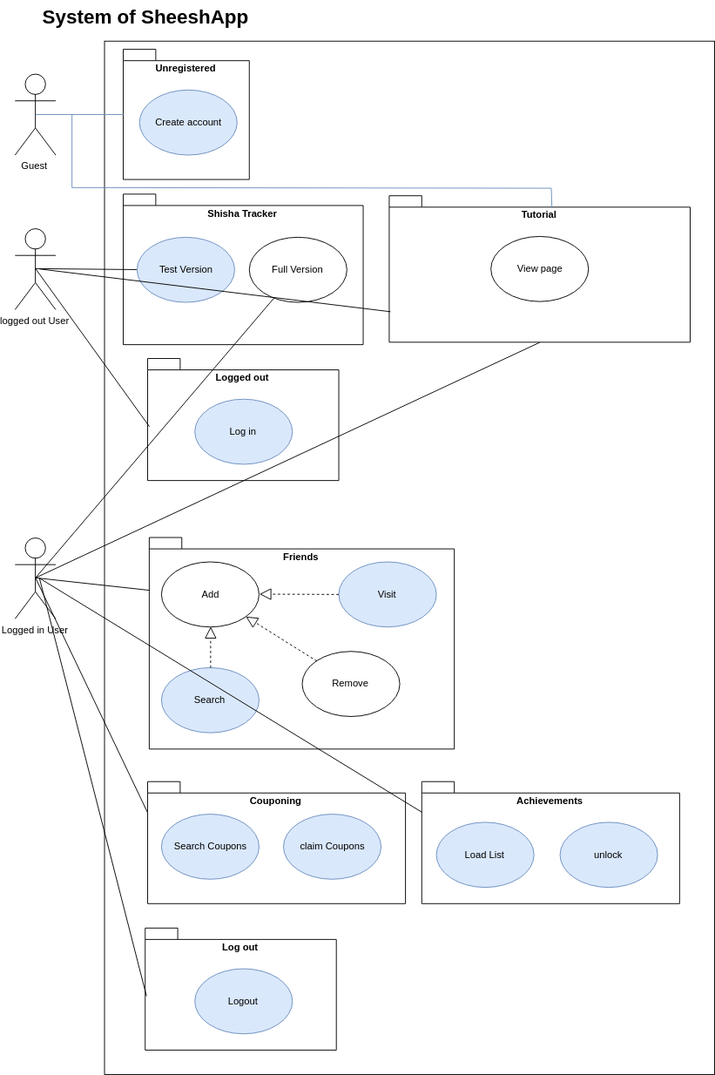
Before: documentation/SheeshAppOUCD.svg, a diagram exported from draw.io (DawidMa/sheeshApp). Source tidied: cells renumbered, new cells last; positions are measured from the earlier drawing's top-left corner, leaving out a move shared by most shapes.
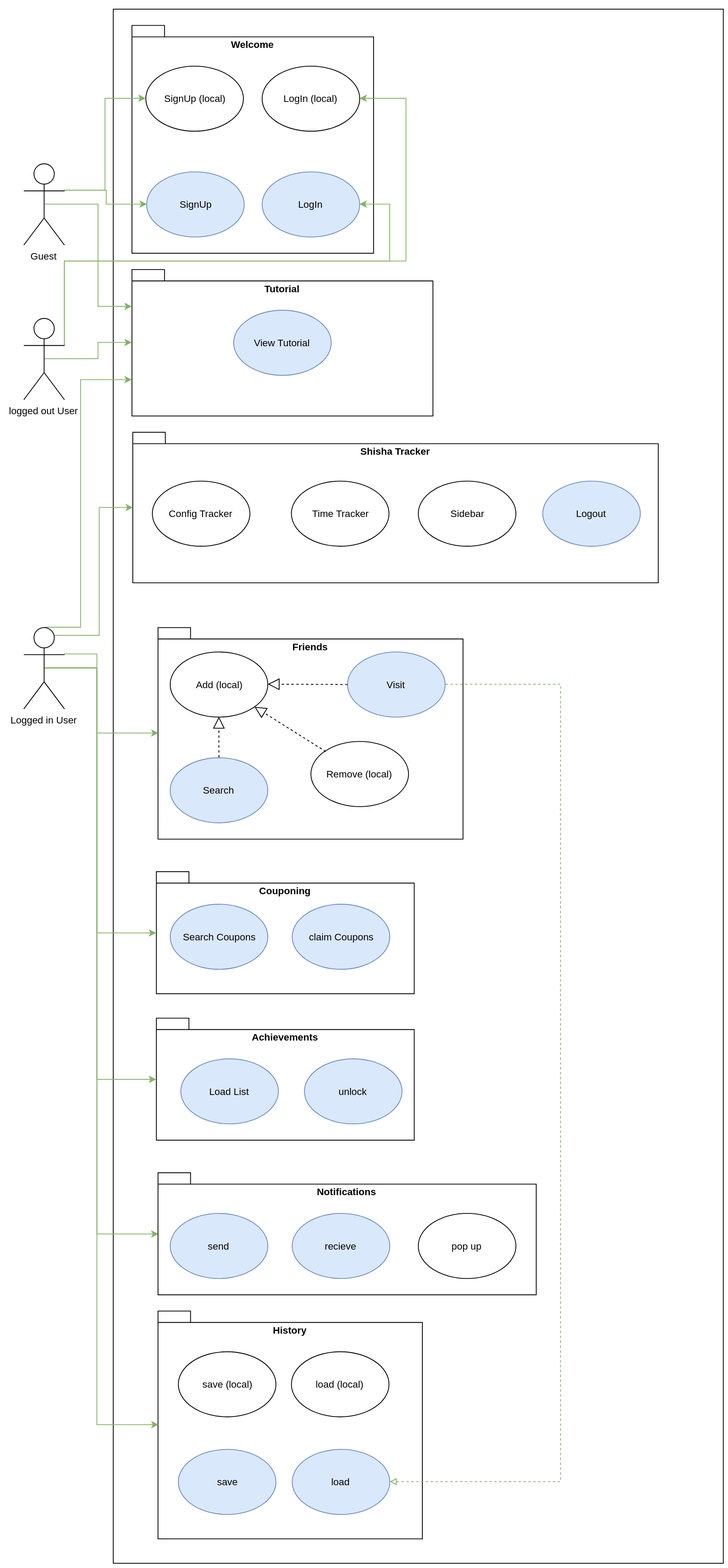
After the change.

The edit, as a diff of the source:
```diff
@@ -3,20 +3,20 @@
     <mxCell id="0" />
     <mxCell id="1" parent="0" />
     <mxCell id="2" style="html=1;" parent="1" vertex="1">
-      <mxGeometry x="110" y="50" width="750" height="1270" as="geometry" />
+      <mxGeometry x="110" y="-100" width="750" height="1910" as="geometry" />
     </mxCell>
+    <mxCell id="45" value="History" style="shape=folder;fontStyle=1;spacingTop=10;tabWidth=40;tabHeight=14;tabPosition=left;html=1;verticalAlign=top;labelPosition=center;verticalLabelPosition=middle;align=center;" parent="1" vertex="1">
+      <mxGeometry x="165" y="1500" width="325" height="280" as="geometry" />
+    </mxCell>
+    <mxCell id="44" value="Welcome" style="shape=folder;fontStyle=1;spacingTop=10;tabWidth=40;tabHeight=14;tabPosition=left;html=1;verticalAlign=top;labelPosition=center;verticalLabelPosition=middle;align=center;" parent="1" vertex="1">
+      <mxGeometry x="133" y="-80" width="297" height="280" as="geometry" />
+    </mxCell>
+    <mxCell id="46" value="SignUp (local)" style="ellipse;whiteSpace=wrap;html=1;fillColor=#ffffff;strokeColor=#000000;" parent="1" vertex="1">
+      <mxGeometry x="150" y="-30" width="120" height="80" as="geometry" />
+    </mxCell>
     <mxCell id="3" value="Shisha Tracker" style="shape=folder;fontStyle=1;spacingTop=10;tabWidth=40;tabHeight=14;tabPosition=left;html=1;verticalAlign=top;labelPosition=center;verticalLabelPosition=middle;align=center;" parent="1" vertex="1">
-      <mxGeometry x="133" y="238" width="295" height="185" as="geometry" />
+      <mxGeometry x="134" y="420" width="646" height="185" as="geometry" />
     </mxCell>
-    <mxCell id="4" value="System of SheeshApp" style="text;strokeColor=none;fillColor=none;html=1;fontSize=24;fontStyle=1;verticalAlign=middle;align=center;" parent="1" vertex="1">
-      <mxGeometry x="110" width="100" height="40" as="geometry" />
-    </mxCell>
-    <mxCell id="5" value="Unregistered" style="shape=folder;fontStyle=1;spacingTop=10;tabWidth=40;tabHeight=14;tabPosition=left;html=1;verticalAlign=top;labelPosition=center;verticalLabelPosition=middle;align=center;" parent="1" vertex="1">
-      <mxGeometry x="133" y="60" width="155" height="160" as="geometry" />
-    </mxCell>
-    <mxCell id="6" value="Logged out" style="shape=folder;fontStyle=1;spacingTop=10;tabWidth=40;tabHeight=14;tabPosition=left;html=1;verticalAlign=top;labelPosition=center;verticalLabelPosition=middle;align=center;" parent="1" vertex="1">
-      <mxGeometry x="163" y="440" width="235" height="150" as="geometry" />
-    </mxCell>
     <mxCell id="7" value="Friends" style="shape=folder;fontStyle=1;spacingTop=10;tabWidth=40;tabHeight=14;tabPosition=left;html=1;verticalAlign=top;labelPosition=center;verticalLabelPosition=middle;align=center;" parent="1" vertex="1">
       <mxGeometry x="165" y="660" width="375" height="260" as="geometry" />
     </mxCell>
@@ -24,55 +24,128 @@
       <mxGeometry x="163" y="960" width="317" height="150" as="geometry" />
     </mxCell>
     <mxCell id="9" value="Tutorial" style="shape=folder;fontStyle=1;spacingTop=10;tabWidth=40;tabHeight=14;tabPosition=left;html=1;verticalAlign=top;labelPosition=center;verticalLabelPosition=middle;align=center;" parent="1" vertex="1">
-      <mxGeometry x="460" y="240" width="370" height="180" as="geometry" />
+      <mxGeometry x="133" y="220" width="370" height="180" as="geometry" />
     </mxCell>
-    <mxCell id="10" value="Create account" style="ellipse;whiteSpace=wrap;html=1;fillColor=#dae8fc;strokeColor=#6c8ebf;" parent="1" vertex="1">
-      <mxGeometry x="153" y="110" width="120" height="80" as="geometry" />
-    </mxCell>
+    <mxCell id="47" style="edgeStyle=orthogonalEdgeStyle;rounded=0;html=1;exitX=1;exitY=0.3333333333333333;exitPerimeter=0;entryX=0;entryY=0.5;jettySize=auto;fillColor=#d5e8d4;strokeColor=#82b366;" parent="1" edge="1" source="11" target="46">
+      <mxGeometry relative="1" as="geometry">
+        <Array as="points">
+          <mxPoint x="100" y="123" />
+          <mxPoint x="100" y="10" />
+        </Array>
+      </mxGeometry>
+    </mxCell>
+    <mxCell id="48" style="edgeStyle=orthogonalEdgeStyle;rounded=0;html=1;exitX=1;exitY=0.3333333333333333;exitPerimeter=0;entryX=0;entryY=0.5;jettySize=auto;fillColor=#d5e8d4;strokeColor=#82b366;" parent="1" edge="1" source="11" target="58">
+      <mxGeometry relative="1" as="geometry">
+        <Array as="points">
+          <mxPoint x="101" y="123" />
+          <mxPoint x="101" y="140" />
+        </Array>
+      </mxGeometry>
+    </mxCell>
+    <mxCell id="49" style="edgeStyle=orthogonalEdgeStyle;rounded=0;html=1;exitX=0.5;exitY=0.5;exitPerimeter=0;entryX=0;entryY=0.25;jettySize=auto;fillColor=#d5e8d4;strokeColor=#82b366;" parent="1" edge="1" source="11" target="9">
+      <mxGeometry relative="1" as="geometry" />
+    </mxCell>
     <mxCell id="11" value="Guest" style="shape=umlActor;verticalLabelPosition=bottom;labelBackgroundColor=#ffffff;verticalAlign=top;html=1;fillColor=#ffffff;strokeColor=#000000;" parent="1" vertex="1">
       <mxGeometry y="90" width="50" height="100" as="geometry" />
     </mxCell>
-    <mxCell id="12" value="Full Version" style="ellipse;whiteSpace=wrap;html=1;fillColor=#ffffff;strokeColor=#000000;" parent="1" vertex="1">
-      <mxGeometry x="288" y="291" width="120" height="80" as="geometry" />
+    <mxCell id="12" value="Config Tracker" style="ellipse;whiteSpace=wrap;html=1;fillColor=#ffffff;strokeColor=#000000;" parent="1" vertex="1">
+      <mxGeometry x="158" y="480" width="120" height="80" as="geometry" />
     </mxCell>
+    <mxCell id="50" style="edgeStyle=orthogonalEdgeStyle;rounded=0;html=1;exitX=1;exitY=0.3333333333333333;exitPerimeter=0;entryX=1;entryY=0.5;jettySize=auto;fillColor=#d5e8d4;strokeColor=#82b366;" parent="1" edge="1" source="13" target="60">
+      <mxGeometry relative="1" as="geometry">
+        <Array as="points">
+          <mxPoint x="50" y="210" />
+          <mxPoint x="470" y="210" />
+          <mxPoint x="470" y="10" />
+        </Array>
+      </mxGeometry>
+    </mxCell>
+    <mxCell id="51" style="edgeStyle=orthogonalEdgeStyle;rounded=0;html=1;exitX=1;exitY=0.3333333333333333;exitPerimeter=0;entryX=1;entryY=0.5;jettySize=auto;fillColor=#d5e8d4;strokeColor=#82b366;" parent="1" edge="1" source="13" target="59">
+      <mxGeometry relative="1" as="geometry">
+        <Array as="points">
+          <mxPoint x="50" y="210" />
+          <mxPoint x="450" y="210" />
+          <mxPoint x="450" y="140" />
+        </Array>
+      </mxGeometry>
+    </mxCell>
+    <mxCell id="52" style="edgeStyle=orthogonalEdgeStyle;rounded=0;html=1;exitX=0.5;exitY=0.5;exitPerimeter=0;entryX=0;entryY=0.5;jettySize=auto;fillColor=#d5e8d4;strokeColor=#82b366;" parent="1" edge="1" source="13" target="9">
+      <mxGeometry relative="1" as="geometry" />
+    </mxCell>
     <mxCell id="13" value="logged out User" style="shape=umlActor;verticalLabelPosition=bottom;labelBackgroundColor=#ffffff;verticalAlign=top;html=1;fillColor=#ffffff;strokeColor=#000000;" parent="1" vertex="1">
       <mxGeometry y="280" width="50" height="100" as="geometry" />
     </mxCell>
-    <mxCell id="14" style="endArrow=none;html=1;exitX=0.5;exitY=0.5;exitPerimeter=0;entryX=0.011;entryY=0.559;entryPerimeter=0;" parent="1" edge="1" source="13" target="6">
-      <mxGeometry relative="1" as="geometry" />
-    </mxCell>
-    <mxCell id="15" style="endArrow=none;html=1;exitX=0.5;exitY=0.5;exitPerimeter=0;entryX=0;entryY=0.5;" parent="1" edge="1" source="13" target="19">
-      <mxGeometry relative="1" as="geometry" />
-    </mxCell>
-    <mxCell id="16" value="Log in" style="ellipse;whiteSpace=wrap;html=1;fillColor=#dae8fc;strokeColor=#6c8ebf;" parent="1" vertex="1">
-      <mxGeometry x="221" y="490" width="120" height="80" as="geometry" />
-    </mxCell>
+    <mxCell id="53" style="edgeStyle=orthogonalEdgeStyle;rounded=0;html=1;exitX=0.75;exitY=0.1;exitPerimeter=0;entryX=0;entryY=0.5;jettySize=auto;fillColor=#d5e8d4;strokeColor=#82b366;" parent="1" edge="1" source="17" target="3">
+      <mxGeometry relative="1" as="geometry" />
+    </mxCell>
+    <mxCell id="30" style="edgeStyle=orthogonalEdgeStyle;rounded=0;html=1;exitX=1;exitY=0.3333333333333333;exitPerimeter=0;entryX=0;entryY=0.5;jettySize=auto;fillColor=#d5e8d4;strokeColor=#82b366;" parent="1" edge="1" source="17" target="7">
+      <mxGeometry relative="1" as="geometry">
+        <Array as="points">
+          <mxPoint x="90" y="693" />
+          <mxPoint x="90" y="790" />
+        </Array>
+      </mxGeometry>
+    </mxCell>
+    <mxCell id="32" style="edgeStyle=orthogonalEdgeStyle;rounded=0;html=1;exitX=0.5;exitY=0.5;exitPerimeter=0;entryX=0;entryY=0.5;jettySize=auto;fillColor=#d5e8d4;strokeColor=#82b366;" parent="1" edge="1" source="17" target="8">
+      <mxGeometry relative="1" as="geometry">
+        <Array as="points">
+          <mxPoint x="90" y="710" />
+          <mxPoint x="90" y="1035" />
+        </Array>
+      </mxGeometry>
+    </mxCell>
+    <mxCell id="54" style="edgeStyle=orthogonalEdgeStyle;rounded=0;html=1;exitX=0.5;exitY=0.5;exitPerimeter=0;entryX=0;entryY=0.5;jettySize=auto;fillColor=#d5e8d4;strokeColor=#82b366;" parent="1" edge="1" source="17" target="37">
+      <mxGeometry relative="1" as="geometry">
+        <Array as="points">
+          <mxPoint x="90" y="710" />
+          <mxPoint x="90" y="1215" />
+        </Array>
+      </mxGeometry>
+    </mxCell>
+    <mxCell id="55" style="edgeStyle=orthogonalEdgeStyle;rounded=0;html=1;exitX=0.5;exitY=0.5;exitPerimeter=0;entryX=0;entryY=0.5;jettySize=auto;fillColor=#d5e8d4;strokeColor=#82b366;" parent="1" edge="1" source="17" target="63">
+      <mxGeometry relative="1" as="geometry">
+        <Array as="points">
+          <mxPoint x="90" y="710" />
+          <mxPoint x="90" y="1405" />
+        </Array>
+      </mxGeometry>
+    </mxCell>
+    <mxCell id="56" style="edgeStyle=orthogonalEdgeStyle;rounded=0;html=1;exitX=0.5;exitY=0.5;exitPerimeter=0;entryX=0;entryY=0.5;endArrow=classic;endFill=1;jettySize=auto;fillColor=#d5e8d4;strokeColor=#82b366;" parent="1" edge="1" source="17" target="45">
+      <mxGeometry relative="1" as="geometry">
+        <Array as="points">
+          <mxPoint x="90" y="710" />
+          <mxPoint x="90" y="1640" />
+        </Array>
+      </mxGeometry>
+    </mxCell>
+    <mxCell id="22" style="edgeStyle=orthogonalEdgeStyle;rounded=0;html=1;exitX=0.5;exitY=0;exitPerimeter=0;entryX=0;entryY=0.75;endArrow=classic;endFill=1;jettySize=auto;fillColor=#d5e8d4;strokeColor=#82b366;" parent="1" edge="1" source="17" target="9">
+      <mxGeometry relative="1" as="geometry">
+        <Array as="points">
+          <mxPoint x="70" y="660" />
+          <mxPoint x="70" y="355" />
+        </Array>
+      </mxGeometry>
+    </mxCell>
     <mxCell id="17" value="Logged in User" style="shape=umlActor;verticalLabelPosition=bottom;labelBackgroundColor=#ffffff;verticalAlign=top;html=1;fillColor=#ffffff;strokeColor=#000000;" parent="1" vertex="1">
       <mxGeometry y="660" width="50" height="100" as="geometry" />
     </mxCell>
-    <mxCell id="18" style="endArrow=none;html=1;exitX=0.5;exitY=0.5;exitPerimeter=0;" parent="1" edge="1" source="17" target="12">
-      <mxGeometry relative="1" as="geometry" />
-    </mxCell>
-    <mxCell id="19" value="Test Version" style="ellipse;whiteSpace=wrap;html=1;fillColor=#dae8fc;strokeColor=#6c8ebf;" parent="1" vertex="1">
-      <mxGeometry x="150" y="291" width="120" height="80" as="geometry" />
-    </mxCell>
-    <mxCell id="20" value="View page" style="ellipse;whiteSpace=wrap;html=1;fillColor=#ffffff;strokeColor=#000000;" parent="1" vertex="1">
-      <mxGeometry x="585" y="290" width="120" height="80" as="geometry" />
+    <mxCell id="20" value="View Tutorial" style="ellipse;whiteSpace=wrap;html=1;fillColor=#dae8fc;strokeColor=#6c8ebf;" parent="1" vertex="1">
+      <mxGeometry x="258" y="270" width="120" height="80" as="geometry" />
     </mxCell>
-    <mxCell id="21" style="endArrow=none;html=1;entryX=0.005;entryY=0.794;entryPerimeter=0;" parent="1" edge="1" target="9">
-      <mxGeometry relative="1" as="geometry">
-        <mxPoint x="30" y="330" as="sourcePoint" />
-      </mxGeometry>
-    </mxCell>
-    <mxCell id="22" style="endArrow=none;html=1;exitX=0.5;exitY=0.5;exitPerimeter=0;entryX=0.5;entryY=1;" parent="1" edge="1" source="17" target="9">
-      <mxGeometry relative="1" as="geometry" />
-    </mxCell>
-    <mxCell id="23" value="Remove" style="ellipse;whiteSpace=wrap;html=1;fillColor=#ffffff;strokeColor=#000000;" parent="1" vertex="1">
+    <mxCell id="23" value="Remove (local)" style="ellipse;whiteSpace=wrap;html=1;fillColor=#ffffff;strokeColor=#000000;" parent="1" vertex="1">
       <mxGeometry x="353" y="800" width="120" height="80" as="geometry" />
     </mxCell>
-    <mxCell id="24" value="Add" style="ellipse;whiteSpace=wrap;html=1;fillColor=#ffffff;strokeColor=#000000;" parent="1" vertex="1">
+    <mxCell id="24" value="Add (local)" style="ellipse;whiteSpace=wrap;html=1;fillColor=#ffffff;strokeColor=#000000;" parent="1" vertex="1">
       <mxGeometry x="180" y="690" width="120" height="80" as="geometry" />
     </mxCell>
+    <mxCell id="57" style="edgeStyle=orthogonalEdgeStyle;rounded=0;html=1;exitX=1;exitY=0.5;entryX=1;entryY=0.5;jettySize=auto;dashed=1;fillColor=#d5e8d4;strokeColor=#82b366;endArrow=block;endFill=0;" parent="1" edge="1" source="25" target="67">
+      <mxGeometry relative="1" as="geometry">
+        <Array as="points">
+          <mxPoint x="660" y="730" />
+          <mxPoint x="660" y="1710" />
+        </Array>
+      </mxGeometry>
+    </mxCell>
     <mxCell id="25" value="Visit" style="ellipse;whiteSpace=wrap;html=1;fillColor=#dae8fc;strokeColor=#6c8ebf;" parent="1" vertex="1">
       <mxGeometry x="398" y="690" width="120" height="80" as="geometry" />
     </mxCell>
@@ -88,61 +161,62 @@
     <mxCell id="29" style="endArrow=block;dashed=1;endFill=0;endSize=12;html=1;exitX=0.5;exitY=0;entryX=0.5;entryY=1;" parent="1" edge="1" source="26" target="24">
       <mxGeometry relative="1" as="geometry" />
     </mxCell>
-    <mxCell id="30" style="endArrow=none;html=1;exitX=0.5;exitY=0.5;exitPerimeter=0;entryX=0;entryY=0.25;" parent="1" edge="1" source="17" target="7">
-      <mxGeometry relative="1" as="geometry" />
-    </mxCell>
     <mxCell id="31" value="Search Coupons" style="ellipse;whiteSpace=wrap;html=1;fillColor=#dae8fc;strokeColor=#6c8ebf;" parent="1" vertex="1">
       <mxGeometry x="180" y="1000" width="120" height="80" as="geometry" />
     </mxCell>
-    <mxCell id="32" style="endArrow=none;html=1;exitX=0.5;exitY=0.5;exitPerimeter=0;entryX=0;entryY=0.25;" parent="1" edge="1" source="17" target="8">
-      <mxGeometry relative="1" as="geometry" />
-    </mxCell>
     <mxCell id="33" value="claim Coupons" style="ellipse;whiteSpace=wrap;html=1;fillColor=#dae8fc;strokeColor=#6c8ebf;" parent="1" vertex="1">
       <mxGeometry x="330" y="1000" width="120" height="80" as="geometry" />
     </mxCell>
-    <mxCell id="34" value="Log out" style="shape=folder;fontStyle=1;spacingTop=10;tabWidth=40;tabHeight=14;tabPosition=left;html=1;verticalAlign=top;labelPosition=center;verticalLabelPosition=middle;align=center;" parent="1" vertex="1">
-      <mxGeometry x="160" y="1140" width="235" height="150" as="geometry" />
-    </mxCell>
-    <mxCell id="35" value="Logout" style="ellipse;whiteSpace=wrap;html=1;fillColor=#dae8fc;strokeColor=#6c8ebf;" parent="1" vertex="1">
-      <mxGeometry x="221" y="1190" width="120" height="80" as="geometry" />
-    </mxCell>
-    <mxCell id="36" style="endArrow=none;html=1;entryX=0.006;entryY=0.559;entryPerimeter=0;" parent="1" edge="1" target="34">
-      <mxGeometry relative="1" as="geometry">
-        <mxPoint x="30" y="710" as="sourcePoint" />
-      </mxGeometry>
-    </mxCell>
     <mxCell id="37" value="Achievements" style="shape=folder;fontStyle=1;spacingTop=10;tabWidth=40;tabHeight=14;tabPosition=left;html=1;verticalAlign=top;labelPosition=center;verticalLabelPosition=middle;align=center;" parent="1" vertex="1">
-      <mxGeometry x="500" y="960" width="317" height="150" as="geometry" />
+      <mxGeometry x="163" y="1140" width="317" height="150" as="geometry" />
     </mxCell>
     <mxCell id="38" value="Load List" style="ellipse;whiteSpace=wrap;html=1;fillColor=#dae8fc;strokeColor=#6c8ebf;" parent="1" vertex="1">
-      <mxGeometry x="518" y="1010" width="120" height="80" as="geometry" />
+      <mxGeometry x="193" y="1190" width="120" height="80" as="geometry" />
     </mxCell>
     <mxCell id="39" value="unlock" style="ellipse;whiteSpace=wrap;html=1;fillColor=#dae8fc;strokeColor=#6c8ebf;" parent="1" vertex="1">
-      <mxGeometry x="670" y="1010" width="120" height="80" as="geometry" />
+      <mxGeometry x="345" y="1190" width="120" height="80" as="geometry" />
     </mxCell>
-    <mxCell id="40" style="endArrow=none;html=1;entryX=0;entryY=0.25;" parent="1" edge="1" target="37">
-      <mxGeometry relative="1" as="geometry">
-        <mxPoint x="30" y="710" as="sourcePoint" />
-      </mxGeometry>
-    </mxCell>
-    <mxCell id="41" style="endArrow=none;html=1;fillColor=#dae8fc;strokeColor=#6c8ebf;exitX=0.5;exitY=0.5;exitPerimeter=0;entryX=0;entryY=0.5;" parent="1" edge="1" source="11" target="5">
-      <mxGeometry relative="1" as="geometry" />
-    </mxCell>
-    <mxCell id="42" style="endArrow=none;html=1;fillColor=#dae8fc;strokeColor=#6c8ebf;" parent="1" edge="1">
-      <mxGeometry relative="1" as="geometry">
-        <mxPoint x="70" y="230" as="sourcePoint" />
-        <mxPoint x="70" y="140" as="targetPoint" />
-      </mxGeometry>
-    </mxCell>
-    <mxCell id="43" style="endArrow=none;html=1;fillColor=#dae8fc;strokeColor=#6c8ebf;entryX=0.733;entryY=0.142;entryPerimeter=0;" parent="1" edge="1" target="2">
-      <mxGeometry relative="1" as="geometry">
-        <mxPoint x="70" y="230" as="sourcePoint" />
-      </mxGeometry>
-    </mxCell>
-    <mxCell id="44" style="endArrow=none;html=1;fillColor=#dae8fc;strokeColor=#6c8ebf;entryX=0.733;entryY=0.142;entryPerimeter=0;" parent="1" edge="1" target="2">
-      <mxGeometry relative="1" as="geometry">
-        <mxPoint x="660" y="255" as="sourcePoint" />
-      </mxGeometry>
-    </mxCell>
+    <mxCell id="58" value="SignUp" style="ellipse;whiteSpace=wrap;html=1;fillColor=#dae8fc;strokeColor=#6c8ebf;" parent="1" vertex="1">
+      <mxGeometry x="151" y="100" width="120" height="80" as="geometry" />
+    </mxCell>
+    <mxCell id="59" value="LogIn" style="ellipse;whiteSpace=wrap;html=1;fillColor=#dae8fc;strokeColor=#6c8ebf;" parent="1" vertex="1">
+      <mxGeometry x="293" y="100" width="120" height="80" as="geometry" />
+    </mxCell>
+    <mxCell id="60" value="LogIn (local)" style="ellipse;whiteSpace=wrap;html=1;fillColor=#ffffff;strokeColor=#000000;" parent="1" vertex="1">
+      <mxGeometry x="293" y="-30" width="120" height="80" as="geometry" />
+    </mxCell>
+    <mxCell id="61" value="Time Tracker" style="ellipse;whiteSpace=wrap;html=1;fillColor=#ffffff;strokeColor=#000000;" parent="1" vertex="1">
+      <mxGeometry x="329" y="480" width="120" height="80" as="geometry" />
+    </mxCell>
+    <mxCell id="62" value="Sidebar" style="ellipse;whiteSpace=wrap;html=1;fillColor=#ffffff;strokeColor=#000000;" parent="1" vertex="1">
+      <mxGeometry x="485" y="480" width="120" height="80" as="geometry" />
+    </mxCell>
+    <mxCell id="35" value="Logout" style="ellipse;whiteSpace=wrap;html=1;fillColor=#dae8fc;strokeColor=#6c8ebf;" parent="1" vertex="1">
+      <mxGeometry x="638" y="480" width="120" height="80" as="geometry" />
+    </mxCell>
+    <mxCell id="63" value="Notifications" style="shape=folder;fontStyle=1;spacingTop=10;tabWidth=40;tabHeight=14;tabPosition=left;html=1;verticalAlign=top;labelPosition=center;verticalLabelPosition=middle;align=center;" parent="1" vertex="1">
+      <mxGeometry x="165" y="1330" width="465" height="150" as="geometry" />
+    </mxCell>
+    <mxCell id="64" value="send" style="ellipse;whiteSpace=wrap;html=1;fillColor=#dae8fc;strokeColor=#6c8ebf;" parent="1" vertex="1">
+      <mxGeometry x="180" y="1380" width="120" height="80" as="geometry" />
+    </mxCell>
+    <mxCell id="65" value="recieve" style="ellipse;whiteSpace=wrap;html=1;fillColor=#dae8fc;strokeColor=#6c8ebf;" parent="1" vertex="1">
+      <mxGeometry x="330" y="1380" width="120" height="80" as="geometry" />
+    </mxCell>
+    <mxCell id="66" value="pop up" style="ellipse;whiteSpace=wrap;html=1;fillColor=#ffffff;strokeColor=#000000;" parent="1" vertex="1">
+      <mxGeometry x="485" y="1380" width="120" height="80" as="geometry" />
+    </mxCell>
+    <mxCell id="67" value="load" style="ellipse;whiteSpace=wrap;html=1;fillColor=#dae8fc;strokeColor=#6c8ebf;" parent="1" vertex="1">
+      <mxGeometry x="330" y="1670" width="120" height="80" as="geometry" />
+    </mxCell>
+    <mxCell id="68" value="save" style="ellipse;whiteSpace=wrap;html=1;fillColor=#dae8fc;strokeColor=#6c8ebf;" parent="1" vertex="1">
+      <mxGeometry x="190" y="1670" width="120" height="80" as="geometry" />
+    </mxCell>
+    <mxCell id="69" value="load (local)" style="ellipse;whiteSpace=wrap;html=1;fillColor=#ffffff;strokeColor=#000000;" parent="1" vertex="1">
+      <mxGeometry x="329" y="1550" width="120" height="80" as="geometry" />
+    </mxCell>
+    <mxCell id="70" value="save (local)" style="ellipse;whiteSpace=wrap;html=1;fillColor=#ffffff;strokeColor=#000000;" parent="1" vertex="1">
+      <mxGeometry x="190" y="1550" width="120" height="80" as="geometry" />
+    </mxCell>
   </root>
 </mxGraphModel>
```
